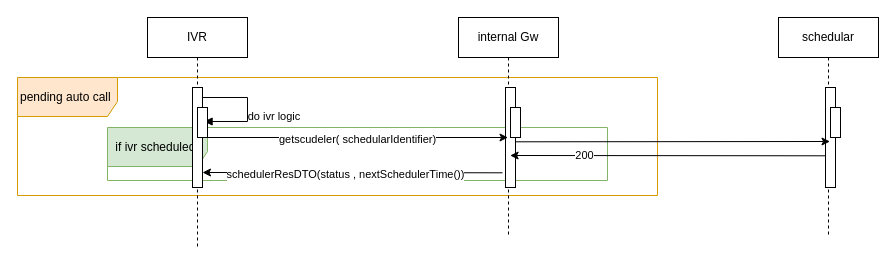
Above: page "IVR scheduler Inquiry Flow" (4 of 9) of IVR2.drawio in MHosnii/DrawIo (draw.io), before the change. Source tidied: cells renumbered, new cells numbered last; positions are measured from the earlier drawing's top-left corner, leaving out a move shared by most shapes. Both pictures are drawn from the tidied source at 100%, with x=0, y=0 at pixel (17, 17).
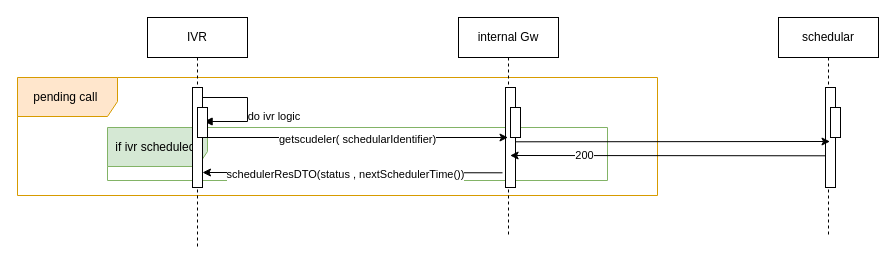
The same page after the edit.

Change to the diagram source:
```diff
@@
-    <mxCell id="2" value="pending auto call&amp;nbsp;" style="shape=umlFrame;whiteSpace=wrap;html=1;width=100;height=39;fillColor=#ffe6cc;strokeColor=#d79b00;" parent="1" vertex="1">
+    <mxCell id="2" value="pending call&amp;nbsp;" style="shape=umlFrame;whiteSpace=wrap;html=1;width=100;height=39;fillColor=#ffe6cc;strokeColor=#d79b00;" parent="1" vertex="1">
       <mxGeometry y="60" width="640" height="118" as="geometry" />
     </mxCell>
```
